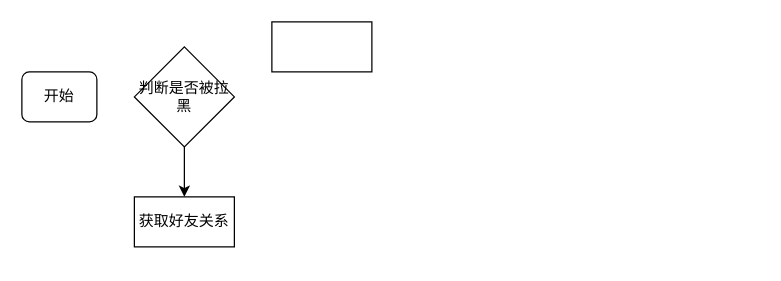
The draw.io diagram 添加好友.drawio in LittleCoolguy/drawPicture, before the edit. Source tidied: cells renumbered, new cells numbered last; positions are measured from the earlier drawing's top-left corner, leaving out a move shared by most shapes. Both pictures are drawn from the tidied source at 125%, with x=0, y=0 at pixel (21, 21).
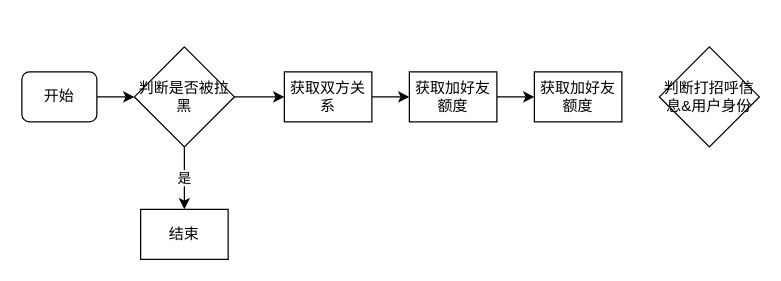
Above is the later version.

Commit message:
更新添加好友.drawio

Diff of the diagram source:
```diff
@@
 <mxGraphModel>
   <root>
     <mxCell id="0" />
     <mxCell id="1" parent="0" />
+    <mxCell id="7" style="edgeStyle=orthogonalEdgeStyle;rounded=0;jettySize=auto;html=1;entryX=0;entryY=0.5;entryDx=0;entryDy=0;" parent="1" edge="1" source="2" target="5">
+      <mxGeometry relative="1" as="geometry" />
+    </mxCell>
     <mxCell id="2" value="开始" style="rounded=1;whiteSpace=wrap;html=1;" parent="1" vertex="1">
       <mxGeometry y="40" width="60" height="40" as="geometry" />
     </mxCell>
-    <mxCell id="3" style="rounded=0;whiteSpace=wrap;html=1;" parent="1" vertex="1">
-      <mxGeometry x="200" width="80" height="40" as="geometry" />
-    </mxCell>
-    <mxCell id="4" style="edgeStyle=orthogonalEdgeStyle;rounded=0;jettySize=auto;html=1;entryX=0.5;entryY=0;entryDx=0;entryDy=0;" parent="1" edge="1" source="5" target="6">
-      <mxGeometry relative="1" as="geometry" />
-    </mxCell>
+    <mxCell id="8" value="是" style="edgeStyle=orthogonalEdgeStyle;rounded=0;jettySize=auto;html=1;entryX=0.5;entryY=0;entryDx=0;entryDy=0;" parent="1" edge="1" source="5" target="10">
+      <mxGeometry relative="1" as="geometry" />
+    </mxCell>
+    <mxCell id="9" style="edgeStyle=orthogonalEdgeStyle;rounded=0;jettySize=auto;html=1;entryX=0;entryY=0.5;entryDx=0;entryDy=0;" parent="1" edge="1" source="5" target="12">
+      <mxGeometry relative="1" as="geometry" />
+    </mxCell>
     <mxCell id="5" value="判断是否被拉黑" style="rhombus;whiteSpace=wrap;html=1;" parent="1" vertex="1">
       <mxGeometry x="90" y="20" width="80" height="80" as="geometry" />
     </mxCell>
-    <mxCell id="6" value="获取好友关系" style="rounded=0;whiteSpace=wrap;html=1;" parent="1" vertex="1">
-      <mxGeometry x="90" y="140" width="80" height="40" as="geometry" />
-    </mxCell>
+    <mxCell id="10" value="结束" style="rounded=0;whiteSpace=wrap;html=1;" parent="1" vertex="1">
+      <mxGeometry x="95" y="150" width="70" height="40" as="geometry" />
+    </mxCell>
+    <mxCell id="11" style="edgeStyle=orthogonalEdgeStyle;rounded=0;jettySize=auto;html=1;entryX=0;entryY=0.5;entryDx=0;entryDy=0;" parent="1" edge="1" source="12" target="14">
+      <mxGeometry relative="1" as="geometry" />
+    </mxCell>
+    <mxCell id="12" value="获取双方关系" style="rounded=0;whiteSpace=wrap;html=1;" parent="1" vertex="1">
+      <mxGeometry x="210" y="40" width="70" height="40" as="geometry" />
+    </mxCell>
+    <mxCell id="13" style="edgeStyle=orthogonalEdgeStyle;rounded=0;jettySize=auto;html=1;entryX=0;entryY=0.5;entryDx=0;entryDy=0;" parent="1" edge="1" source="14" target="15">
+      <mxGeometry relative="1" as="geometry" />
+    </mxCell>
+    <mxCell id="14" value="获取加好友额度" style="rounded=0;whiteSpace=wrap;html=1;" parent="1" vertex="1">
+      <mxGeometry x="310" y="40" width="70" height="40" as="geometry" />
+    </mxCell>
+    <mxCell id="15" value="获取加好友额度" style="rounded=0;whiteSpace=wrap;html=1;" parent="1" vertex="1">
+      <mxGeometry x="410" y="40" width="70" height="40" as="geometry" />
+    </mxCell>
+    <mxCell id="16" value="判断打招呼信息&amp;amp;用户身份" style="rhombus;whiteSpace=wrap;html=1;rounded=0;" parent="1" vertex="1">
+      <mxGeometry x="510" y="20" width="80" height="80" as="geometry" />
+    </mxCell>
   </root>
 </mxGraphModel>
```
